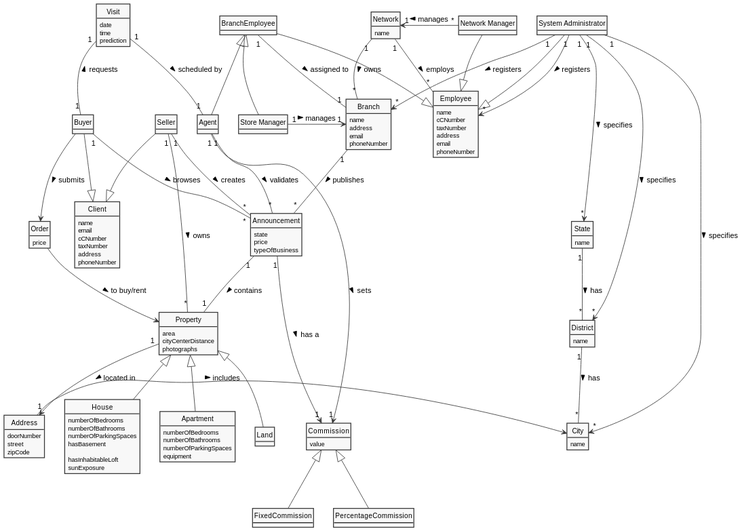
Before: docs/sprintC/global-artifacts/02.analysis/svg/project-domain-model.svg, a diagram exported from PlantUML (tiagohcorreia/LAPR2).
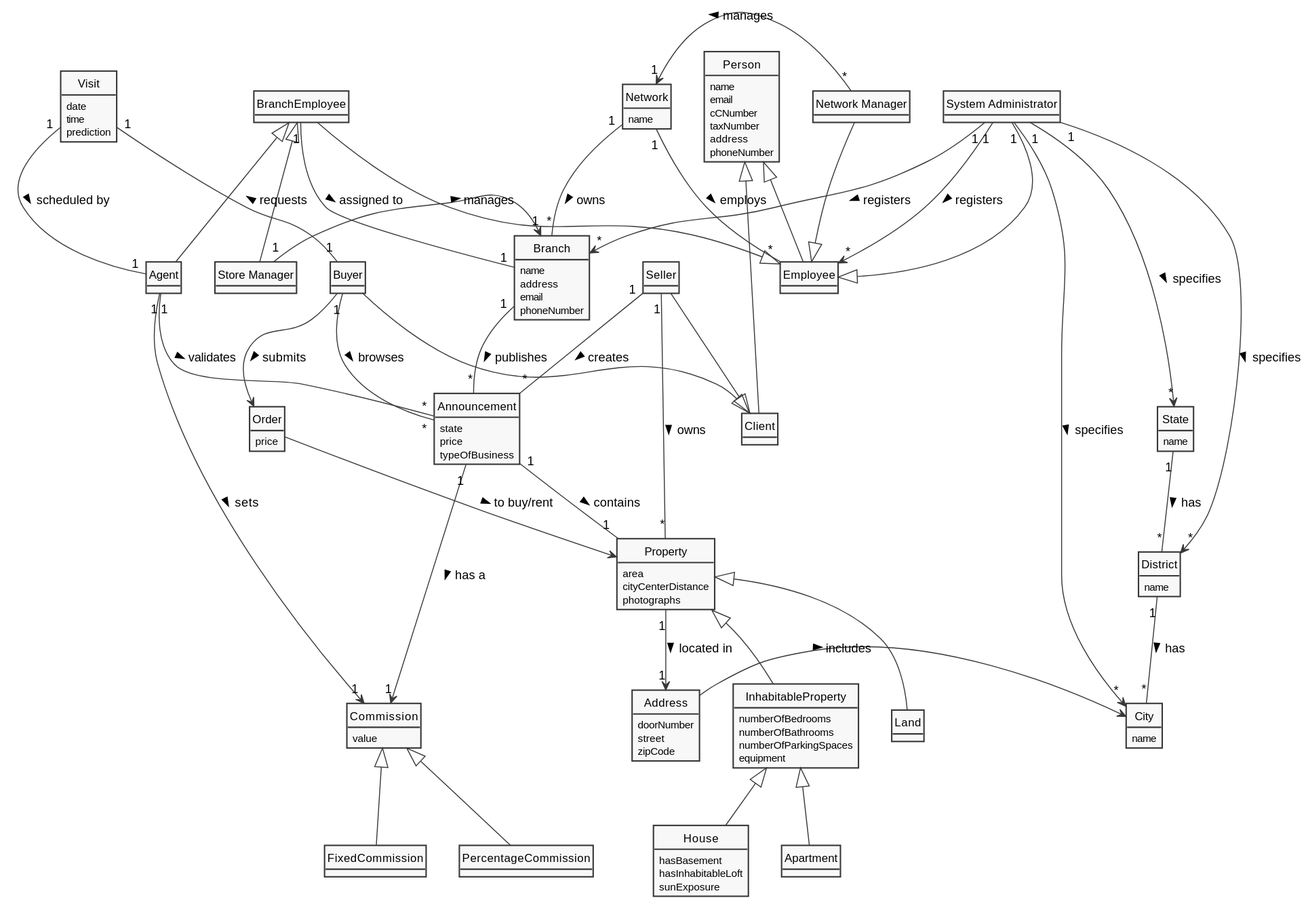
The same diagram one commit later.

The edit, as a diff of the source:
```diff
@@ -26,11 +26,14 @@
 }
 
 class Employee{
+}
+
+class Person{
 name
+email
 cCNumber
 taxNumber
 address
-email
 phoneNumber
 }
 
@@ -47,12 +50,6 @@
 }
 
 class Client{
-name
-email
-cCNumber
-taxNumber
-address
-phoneNumber
 }
 
 class Buyer
@@ -85,21 +82,20 @@
 photographs
 }
 
-class House{
+class InhabitableProperty{
 numberOfBedrooms
 numberOfBathrooms
 numberOfParkingSpaces
+equipment
+}
+
+class House{
 hasBasement
-
 hasInhabitableLoft
 sunExposure
 }
 
 class Apartment{
-numberOfBedrooms
-numberOfBathrooms
-numberOfParkingSpaces
-equipment
 }
 
 class Land{
@@ -123,12 +119,15 @@
 
 Network "1" -- "*" Employee: employs >
 
-Property <|-- House
-Property <|-- Apartment
+Property <|-- InhabitableProperty
+InhabitableProperty <|-- House
+InhabitableProperty <|-- Apartment
 Property <|-- Land
 
 BranchEmployee --|> Employee
 
+Person <|-- Employee
+Person <|-- Client
 
 Employee <|-- SysAdmin
 Employee <|-- NetworkMan
```
